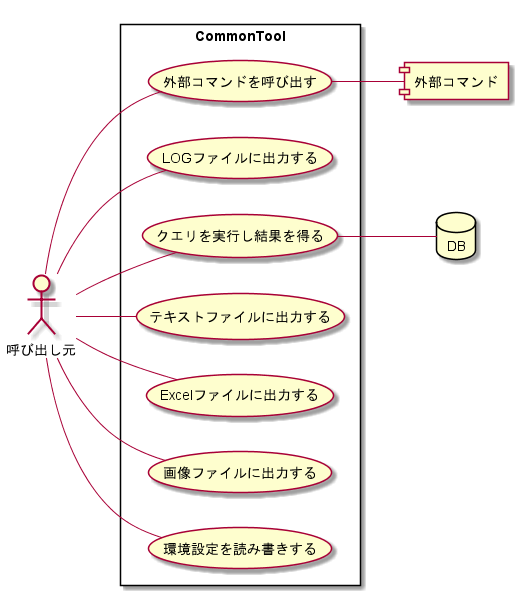
The PlantUML diagram doc/01_要件定義/img/ユースケース図.png in hirorich/CommonTool, before a commit.
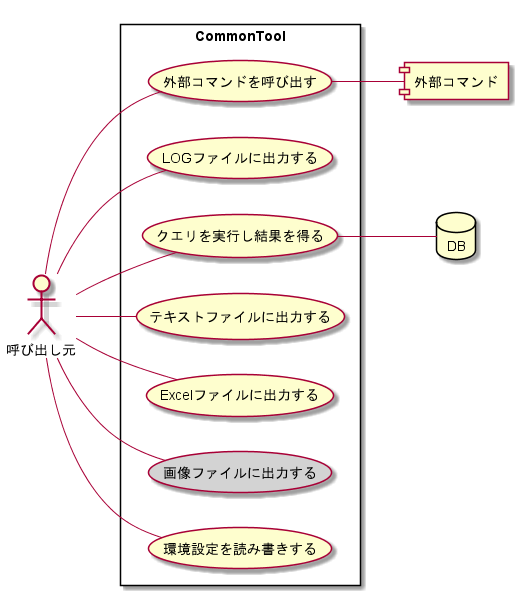
Above is the later version.

What changed in the source:
```diff
@@ -10,7 +10,7 @@
   usecase (クエリを実行し結果を得る) as (DB操作)
   usecase (テキストファイルに出力する) as (TEXT)
   usecase (Excelファイルに出力する) as (Excel)
-  usecase (画像ファイルに出力する) as (IMAGE)
+  usecase (画像ファイルに出力する) as (IMAGE) #lightgrey
   usecase (環境設定を読み書きする) as (環境設定)
 }
 
```
